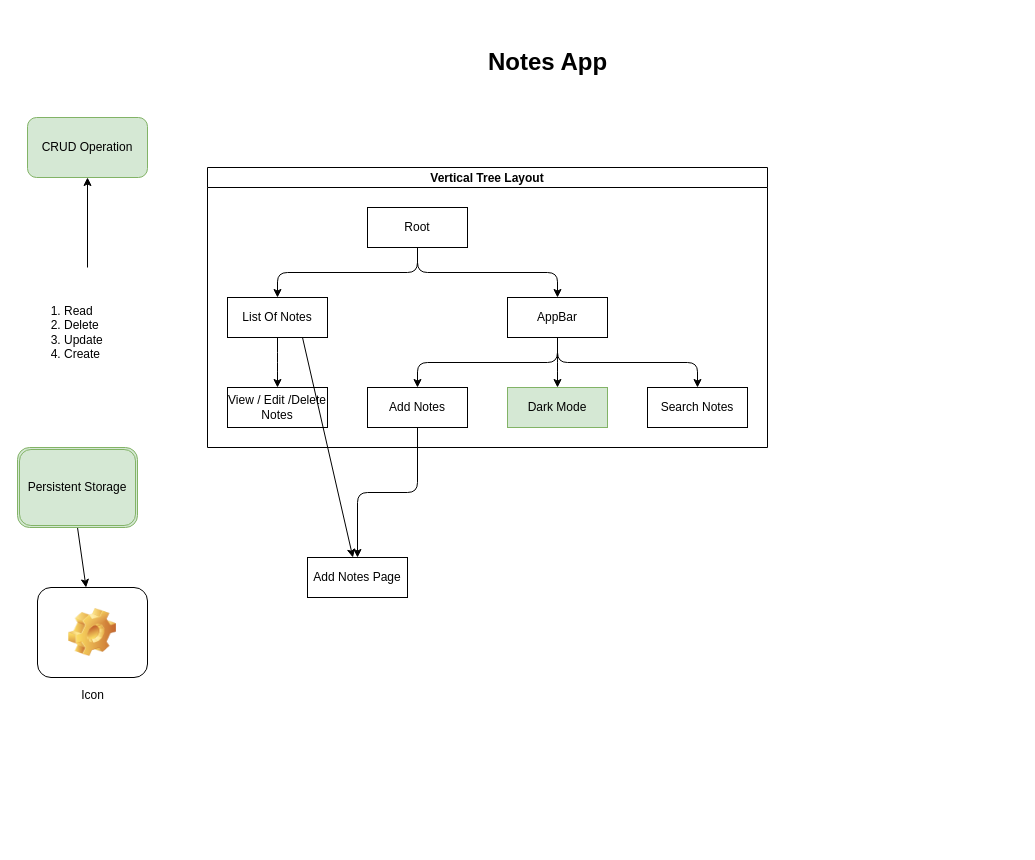
Earlier version of the draw.io diagram docs/archi.drawio (suraj-yadav0/notesapp). Source tidied: cells renumbered, new cells numbered last; positions are measured from the earlier drawing's top-left corner, leaving out a move shared by most shapes. Both pictures are drawn from the tidied source at 100%, with x=0, y=0 at pixel (17, 37).
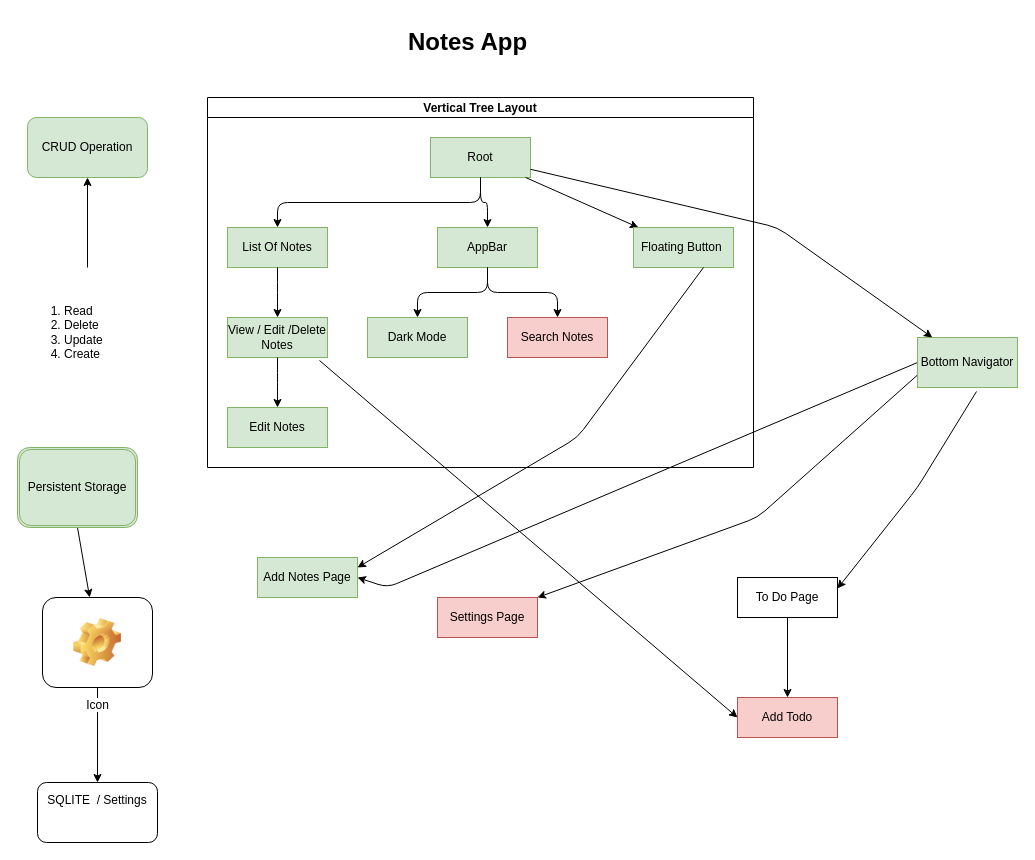
The same page after the edit.

Diff of the diagram source:
```diff
@@
     <mxCell id="2" value="Vertical Tree Layout" style="swimlane;startSize=20;horizontal=1;horizontalTree=0;sortEdges=1;containerType=tree;fontSize=12;" parent="1" vertex="1">
-      <mxGeometry x="190" y="130" width="560" height="280" as="geometry" />
+      <mxGeometry x="190" y="60" width="546" height="370" as="geometry" />
     </mxCell>
-    <mxCell id="3" value="Root" style="whiteSpace=wrap;html=1;" parent="2" vertex="1">
-      <mxGeometry x="160" y="40" width="100" height="40" as="geometry" />
+    <mxCell id="3" value="Root" style="whiteSpace=wrap;html=1;fillColor=#d5e8d4;strokeColor=#82b366;" parent="2" vertex="1">
+      <mxGeometry x="223" y="40" width="100" height="40" as="geometry" />
     </mxCell>
-    <mxCell id="4" value="List Of Notes" style="whiteSpace=wrap;html=1;" parent="2" vertex="1">
+    <mxCell id="4" value="List Of Notes" style="whiteSpace=wrap;html=1;fillColor=#d5e8d4;strokeColor=#82b366;" parent="2" vertex="1">
       <mxGeometry x="20" y="130" width="100" height="40" as="geometry" />
     </mxCell>
@@
-    <mxCell id="6" value="AppBar" style="whiteSpace=wrap;html=1;" parent="2" vertex="1">
-      <mxGeometry x="300" y="130" width="100" height="40" as="geometry" />
+    <mxCell id="6" value="AppBar" style="whiteSpace=wrap;html=1;fillColor=#d5e8d4;strokeColor=#82b366;" parent="2" vertex="1">
+      <mxGeometry x="230" y="130" width="100" height="40" as="geometry" />
     </mxCell>
@@
-    <mxCell id="8" style="edgeStyle=elbowEdgeStyle;elbow=vertical;html=1;rounded=1;curved=0;sourcePerimeterSpacing=0;targetPerimeterSpacing=0;startSize=6;endSize=6;" parent="2" edge="1" source="6" target="9">
-      <mxGeometry relative="1" as="geometry" />
-    </mxCell>
-    <mxCell id="9" value="Add Notes" style="whiteSpace=wrap;html=1;" parent="2" vertex="1">
-      <mxGeometry x="160" y="220" width="100" height="40" as="geometry" />
-    </mxCell>
@@
     <mxCell id="11" value="Dark Mode" style="whiteSpace=wrap;html=1;fillColor=#d5e8d4;strokeColor=#82b366;" parent="2" vertex="1">
-      <mxGeometry x="300" y="220" width="100" height="40" as="geometry" />
+      <mxGeometry x="160" y="220" width="100" height="40" as="geometry" />
     </mxCell>
@@
-    <mxCell id="13" value="Search Notes" style="whiteSpace=wrap;html=1;" parent="2" vertex="1">
-      <mxGeometry x="440" y="220" width="100" height="40" as="geometry" />
+    <mxCell id="13" value="Search Notes" style="whiteSpace=wrap;html=1;fillColor=#f8cecc;strokeColor=#b85450;" parent="2" vertex="1">
+      <mxGeometry x="300" y="220" width="100" height="40" as="geometry" />
     </mxCell>
@@
-    <mxCell id="15" value="View / Edit /Delete Notes" style="whiteSpace=wrap;html=1;" parent="2" vertex="1">
+    <mxCell id="15" value="View / Edit /Delete Notes" style="whiteSpace=wrap;html=1;fillColor=#d5e8d4;strokeColor=#82b366;" parent="2" vertex="1">
       <mxGeometry x="20" y="220" width="100" height="40" as="geometry" />
     </mxCell>
+    <mxCell id="26" style="edgeStyle=none;html=1;" parent="2" edge="1" source="3" target="27">
+      <mxGeometry relative="1" as="geometry" />
+    </mxCell>
+    <mxCell id="27" value="Floating Button&amp;nbsp;" style="whiteSpace=wrap;html=1;fillColor=#d5e8d4;strokeColor=#82b366;" parent="2" vertex="1">
+      <mxGeometry x="426" y="130" width="100" height="40" as="geometry" />
+    </mxCell>
+    <mxCell id="28" style="edgeStyle=elbowEdgeStyle;elbow=vertical;html=1;rounded=1;curved=0;sourcePerimeterSpacing=0;targetPerimeterSpacing=0;startSize=6;endSize=6;" parent="2" edge="1" source="15" target="29">
+      <mxGeometry relative="1" as="geometry" />
+    </mxCell>
+    <mxCell id="29" value="Edit Notes" style="whiteSpace=wrap;html=1;fillColor=#d5e8d4;strokeColor=#82b366;" parent="2" vertex="1">
+      <mxGeometry x="20" y="310" width="100" height="40" as="geometry" />
+    </mxCell>
     <mxCell id="16" value="Notes App" style="text;strokeColor=none;fillColor=none;html=1;fontSize=24;fontStyle=1;verticalAlign=middle;align=center;" parent="1" vertex="1">
-      <mxGeometry x="420" width="220" height="50" as="geometry" />
+      <mxGeometry x="340" y="-20" width="220" height="50" as="geometry" />
     </mxCell>
@@
+    <mxCell id="30" style="edgeStyle=none;html=1;" parent="1" edge="1" source="22" target="42">
+      <mxGeometry relative="1" as="geometry" />
+    </mxCell>
     <mxCell id="22" value="Icon" style="icon;html=1;image=img/clipart/Gear_128x128.png;" parent="1" vertex="1">
-      <mxGeometry x="20" y="550" width="110" height="90" as="geometry" />
+      <mxGeometry x="25" y="560" width="110" height="90" as="geometry" />
     </mxCell>
+    <mxCell id="31" style="edgeStyle=none;html=1;exitX=0;exitY=0.5;exitDx=0;exitDy=0;entryX=1;entryY=0.5;entryDx=0;entryDy=0;" parent="1" edge="1" source="39" target="23">
+      <mxGeometry relative="1" as="geometry">
+        <Array as="points">
+          <mxPoint x="370" y="550" />
+        </Array>
+      </mxGeometry>
+    </mxCell>
-    <mxCell id="23" value="Add Notes Page" style="whiteSpace=wrap;html=1;" parent="1" vertex="1">
-      <mxGeometry x="290" y="520" width="100" height="40" as="geometry" />
+    <mxCell id="23" value="Add Notes Page" style="whiteSpace=wrap;html=1;fillColor=#d5e8d4;strokeColor=#82b366;" parent="1" vertex="1">
+      <mxGeometry x="240" y="520" width="100" height="40" as="geometry" />
     </mxCell>
-    <mxCell id="24" style="edgeStyle=elbowEdgeStyle;elbow=vertical;html=1;rounded=1;curved=0;sourcePerimeterSpacing=0;targetPerimeterSpacing=0;startSize=6;endSize=6;" parent="1" edge="1" source="9" target="23">
-      <mxGeometry relative="1" as="geometry" />
-    </mxCell>
-    <mxCell id="25" style="edgeStyle=none;html=1;exitX=0.75;exitY=1;exitDx=0;exitDy=0;" parent="1" edge="1" source="4" target="23">
-      <mxGeometry relative="1" as="geometry" />
-    </mxCell>
+    <mxCell id="32" value="Add Todo" style="whiteSpace=wrap;html=1;fillColor=#f8cecc;strokeColor=#b85450;" parent="1" vertex="1">
+      <mxGeometry x="720" y="660" width="100" height="40" as="geometry" />
+    </mxCell>
+    <mxCell id="33" style="edgeStyle=none;html=1;" parent="1" edge="1" source="37" target="32">
+      <mxGeometry relative="1" as="geometry" />
+    </mxCell>
+    <mxCell id="34" style="edgeStyle=none;html=1;exitX=0.92;exitY=1.075;exitDx=0;exitDy=0;entryX=0.25;entryY=1;entryDx=0;entryDy=0;exitPerimeter=0;" parent="1" edge="1" source="15">
+      <mxGeometry relative="1" as="geometry">
+        <mxPoint x="720" y="680" as="targetPoint" />
+      </mxGeometry>
+    </mxCell>
+    <mxCell id="35" value="Settings Page" style="whiteSpace=wrap;html=1;fillColor=#f8cecc;strokeColor=#b85450;" parent="1" vertex="1">
+      <mxGeometry x="420" y="560" width="100" height="40" as="geometry" />
+    </mxCell>
+    <mxCell id="36" style="edgeStyle=none;html=1;exitX=0;exitY=0.75;exitDx=0;exitDy=0;entryX=1;entryY=0.5;entryDx=0;entryDy=0;" parent="1" edge="1" source="39">
+      <mxGeometry relative="1" as="geometry">
+        <mxPoint x="520" y="560" as="targetPoint" />
+        <Array as="points">
+          <mxPoint x="740" y="480" />
+        </Array>
+      </mxGeometry>
+    </mxCell>
+    <mxCell id="37" value="To Do Page" style="whiteSpace=wrap;html=1;" parent="1" vertex="1">
+      <mxGeometry x="720" y="540" width="100" height="40" as="geometry" />
+    </mxCell>
+    <mxCell id="38" style="edgeStyle=none;html=1;exitX=0.59;exitY=1.08;exitDx=0;exitDy=0;entryX=0.82;entryY=0.9;entryDx=0;entryDy=0;entryPerimeter=0;exitPerimeter=0;" parent="1" edge="1" source="39">
+      <mxGeometry relative="1" as="geometry">
+        <mxPoint x="820" y="551" as="targetPoint" />
+        <Array as="points">
+          <mxPoint x="900" y="450" />
+        </Array>
+      </mxGeometry>
+    </mxCell>
+    <mxCell id="39" value="Bottom Navigator" style="whiteSpace=wrap;html=1;fillColor=#d5e8d4;strokeColor=#82b366;" parent="1" vertex="1">
+      <mxGeometry x="900" y="300" width="100" height="50" as="geometry" />
+    </mxCell>
+    <mxCell id="40" style="edgeStyle=none;html=1;" parent="1" edge="1" source="3" target="39">
+      <mxGeometry relative="1" as="geometry">
+        <Array as="points">
+          <mxPoint x="760" y="190" />
+        </Array>
+      </mxGeometry>
+    </mxCell>
+    <mxCell id="41" style="edgeStyle=none;html=1;exitX=0.5;exitY=1;exitDx=0;exitDy=0;entryX=1;entryY=0.25;entryDx=0;entryDy=0;" parent="1" edge="1" target="23">
+      <mxGeometry relative="1" as="geometry">
+        <mxPoint x="686" y="230" as="sourcePoint" />
+        <Array as="points">
+          <mxPoint x="560" y="400" />
+        </Array>
+      </mxGeometry>
+    </mxCell>
+    <mxCell id="42" value="SQLITE&amp;nbsp; / Settings" style="whiteSpace=wrap;html=1;verticalAlign=top;fontStyle=0;spacing=0;spacingLeft=0;rounded=1;spacingTop=6;labelBackgroundColor=default;" parent="1" vertex="1">
+      <mxGeometry x="20" y="745" width="120" height="60" as="geometry" />
+    </mxCell>
```
